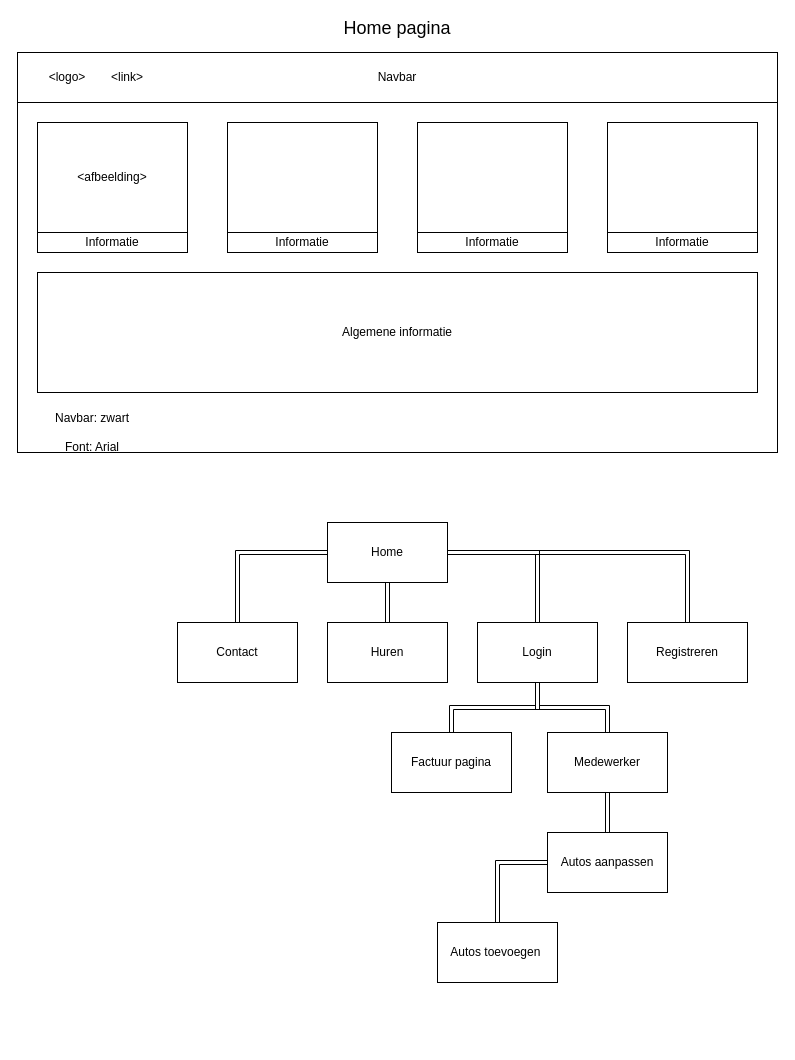
Vishay142/rentacar keeps this draw.io diagram as Homepage.drawio. Above is the earlier version. Source tidied: cells renumbered, new cells numbered last; positions are measured from the earlier drawing's top-left corner, leaving out a move shared by most shapes. Both pictures are drawn from the tidied source at 100%, with x=0, y=0 at pixel (17, 18).
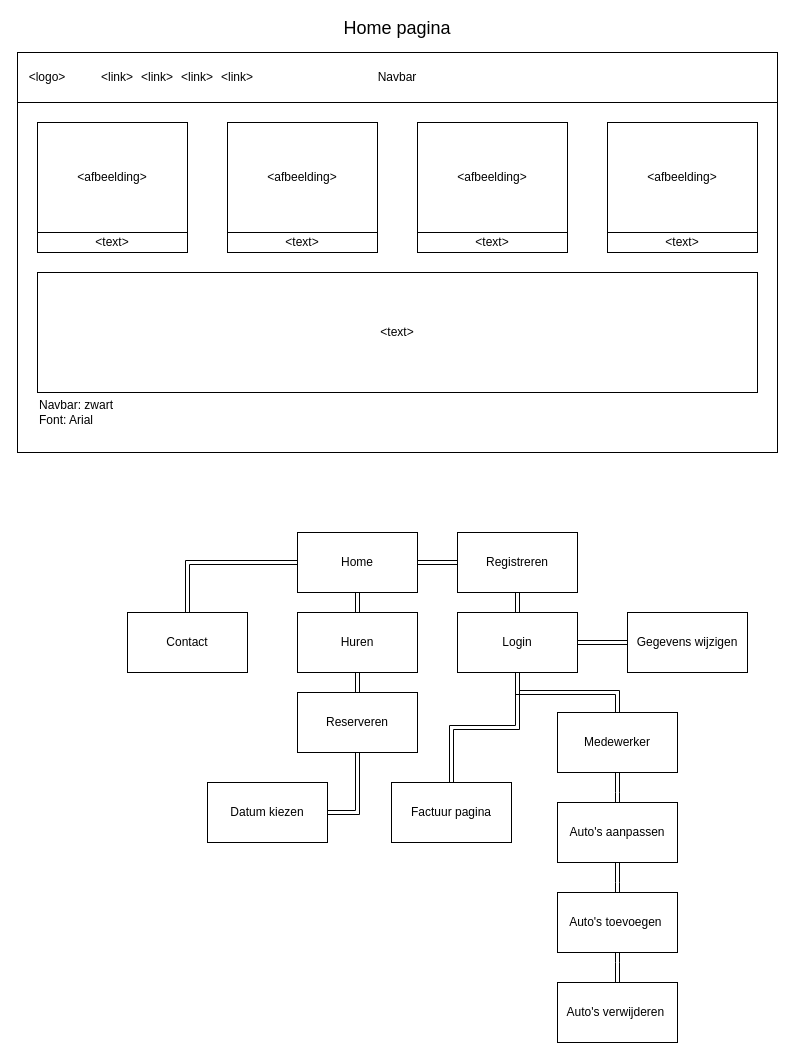
Above is the later version.

What changed in the source:
```diff
@@
-    <mxCell id="4" style="rounded=0;whiteSpace=wrap;html=1;" parent="1" vertex="1">
+    <mxCell id="4" value="&amp;lt;afbeelding&amp;gt;" style="rounded=0;whiteSpace=wrap;html=1;" parent="1" vertex="1">
       <mxGeometry x="210" y="104" width="150" height="110" as="geometry" />
     </mxCell>
-    <mxCell id="5" style="rounded=0;whiteSpace=wrap;html=1;" parent="1" vertex="1">
+    <mxCell id="5" value="&amp;lt;afbeelding&amp;gt;" style="rounded=0;whiteSpace=wrap;html=1;" parent="1" vertex="1">
       <mxGeometry x="400" y="104" width="150" height="110" as="geometry" />
     </mxCell>
-    <mxCell id="6" style="rounded=0;whiteSpace=wrap;html=1;" parent="1" vertex="1">
+    <mxCell id="6" value="&amp;lt;afbeelding&amp;gt;" style="rounded=0;whiteSpace=wrap;html=1;" parent="1" vertex="1">
       <mxGeometry x="590" y="104" width="150" height="110" as="geometry" />
     </mxCell>
-    <mxCell id="7" value="Informatie" style="rounded=0;whiteSpace=wrap;html=1;" parent="1" vertex="1">
+    <mxCell id="7" value="&amp;lt;text&amp;gt;" style="rounded=0;whiteSpace=wrap;html=1;" parent="1" vertex="1">
       <mxGeometry x="20" y="214" width="150" height="20" as="geometry" />
     </mxCell>
-    <mxCell id="8" value="Informatie" style="rounded=0;whiteSpace=wrap;html=1;" parent="1" vertex="1">
+    <mxCell id="8" value="&amp;lt;text&amp;gt;" style="rounded=0;whiteSpace=wrap;html=1;" parent="1" vertex="1">
       <mxGeometry x="210" y="214" width="150" height="20" as="geometry" />
     </mxCell>
-    <mxCell id="9" value="Informatie" style="rounded=0;whiteSpace=wrap;html=1;" parent="1" vertex="1">
+    <mxCell id="9" value="&amp;lt;text&amp;gt;" style="rounded=0;whiteSpace=wrap;html=1;" parent="1" vertex="1">
       <mxGeometry x="400" y="214" width="150" height="20" as="geometry" />
     </mxCell>
-    <mxCell id="10" value="Informatie" style="rounded=0;whiteSpace=wrap;html=1;" parent="1" vertex="1">
+    <mxCell id="10" value="&amp;lt;text&amp;gt;" style="rounded=0;whiteSpace=wrap;html=1;" parent="1" vertex="1">
       <mxGeometry x="590" y="214" width="150" height="20" as="geometry" />
     </mxCell>
-    <mxCell id="11" value="Algemene informatie" style="rounded=0;whiteSpace=wrap;html=1;" parent="1" vertex="1">
+    <mxCell id="11" value="&amp;lt;text&amp;gt;" style="rounded=0;whiteSpace=wrap;html=1;" parent="1" vertex="1">
       <mxGeometry x="20" y="254" width="720" height="120" as="geometry" />
     </mxCell>
@@
     <mxCell id="13" value="&amp;lt;logo&amp;gt;" style="text;html=1;strokeColor=none;fillColor=none;align=center;verticalAlign=middle;whiteSpace=wrap;rounded=0;" parent="1" vertex="1">
-      <mxGeometry x="30" y="49" width="40" height="20" as="geometry" />
+      <mxGeometry x="10" y="49" width="40" height="20" as="geometry" />
     </mxCell>
     <mxCell id="14" value="&amp;lt;link&amp;gt;" style="text;html=1;strokeColor=none;fillColor=none;align=center;verticalAlign=middle;whiteSpace=wrap;rounded=0;" parent="1" vertex="1">
-      <mxGeometry x="90" y="49" width="40" height="20" as="geometry" />
+      <mxGeometry x="80" y="49" width="40" height="20" as="geometry" />
     </mxCell>
@@
+    <mxCell id="34" style="edgeStyle=orthogonalEdgeStyle;shape=link;rounded=0;jettySize=auto;html=1;entryX=0.5;entryY=0;entryDx=0;entryDy=0;" parent="1" edge="1" source="23" target="22">
+      <mxGeometry relative="1" as="geometry" />
+    </mxCell>
     <mxCell id="18" value="Home" style="rounded=0;whiteSpace=wrap;html=1;" parent="1" vertex="1">
-      <mxGeometry x="310" y="504" width="120" height="60" as="geometry" />
+      <mxGeometry x="280" y="514" width="120" height="60" as="geometry" />
     </mxCell>
     <mxCell id="19" value="Contact" style="rounded=0;whiteSpace=wrap;html=1;" parent="1" vertex="1">
-      <mxGeometry x="160" y="604" width="120" height="60" as="geometry" />
+      <mxGeometry x="110" y="594" width="120" height="60" as="geometry" />
     </mxCell>
-    <mxCell id="20" value="Huren" style="rounded=0;whiteSpace=wrap;html=1;" parent="1" vertex="1">
-      <mxGeometry x="310" y="604" width="120" height="60" as="geometry" />
-    </mxCell>
-    <mxCell id="21" style="edgeStyle=orthogonalEdgeStyle;shape=link;rounded=0;jettySize=auto;html=1;entryX=1;entryY=0.5;entryDx=0;entryDy=0;" parent="1" edge="1" source="22" target="18">
-      <mxGeometry relative="1" as="geometry">
-        <Array as="points">
-          <mxPoint x="520" y="534" />
-        </Array>
-      </mxGeometry>
-    </mxCell>
+    <mxCell id="35" style="edgeStyle=orthogonalEdgeStyle;rounded=0;jettySize=auto;html=1;entryX=0.5;entryY=0;entryDx=0;entryDy=0;shape=link;" parent="1" edge="1" source="20" target="42">
+      <mxGeometry relative="1" as="geometry" />
+    </mxCell>
+    <mxCell id="36" style="edgeStyle=orthogonalEdgeStyle;shape=link;rounded=0;jettySize=auto;html=1;" parent="1" edge="1" source="22" target="44">
+      <mxGeometry relative="1" as="geometry" />
+    </mxCell>
     <mxCell id="22" value="Login" style="rounded=0;whiteSpace=wrap;html=1;" parent="1" vertex="1">
-      <mxGeometry x="460" y="604" width="120" height="60" as="geometry" />
+      <mxGeometry x="440" y="594" width="120" height="60" as="geometry" />
     </mxCell>
-    <mxCell id="23" value="Registreren" style="rounded=0;whiteSpace=wrap;html=1;" parent="1" vertex="1">
-      <mxGeometry x="610" y="604" width="120" height="60" as="geometry" />
-    </mxCell>
@@
     <mxCell id="25" value="Factuur pagina" style="rounded=0;whiteSpace=wrap;html=1;" parent="1" vertex="1">
-      <mxGeometry x="374" y="714" width="120" height="60" as="geometry" />
+      <mxGeometry x="374" y="764" width="120" height="60" as="geometry" />
     </mxCell>
@@
     <mxCell id="27" value="Medewerker" style="rounded=0;whiteSpace=wrap;html=1;" parent="1" vertex="1">
-      <mxGeometry x="530" y="714" width="120" height="60" as="geometry" />
+      <mxGeometry x="540" y="694" width="120" height="60" as="geometry" />
     </mxCell>
@@
-    <mxCell id="29" value="Autos aanpassen" style="rounded=0;whiteSpace=wrap;html=1;" parent="1" vertex="1">
-      <mxGeometry x="530" y="814" width="120" height="60" as="geometry" />
+    <mxCell id="29" value="Auto's aanpassen" style="rounded=0;whiteSpace=wrap;html=1;" parent="1" vertex="1">
+      <mxGeometry x="540" y="784" width="120" height="60" as="geometry" />
     </mxCell>
+    <mxCell id="37" style="edgeStyle=orthogonalEdgeStyle;shape=link;rounded=0;jettySize=auto;html=1;" parent="1" edge="1" source="31" target="43">
+      <mxGeometry relative="1" as="geometry" />
+    </mxCell>
-    <mxCell id="30" style="edgeStyle=orthogonalEdgeStyle;shape=link;rounded=0;jettySize=auto;html=1;entryX=0;entryY=0.5;entryDx=0;entryDy=0;" parent="1" edge="1" source="31" target="29">
+    <mxCell id="30" style="edgeStyle=orthogonalEdgeStyle;shape=link;rounded=0;jettySize=auto;html=1;" parent="1" edge="1" source="31" target="29">
       <mxGeometry relative="1" as="geometry" />
     </mxCell>
-    <mxCell id="31" value="Autos toevoegen&amp;nbsp;" style="rounded=0;whiteSpace=wrap;html=1;" parent="1" vertex="1">
-      <mxGeometry x="420" y="904" width="120" height="60" as="geometry" />
+    <mxCell id="31" value="Auto's toevoegen&amp;nbsp;" style="rounded=0;whiteSpace=wrap;html=1;" parent="1" vertex="1">
+      <mxGeometry x="540" y="874" width="120" height="60" as="geometry" />
     </mxCell>
@@
-    <mxCell id="33" value="Navbar: zwart&lt;br&gt;&lt;br&gt;Font: Arial" style="text;html=1;strokeColor=none;fillColor=none;align=center;verticalAlign=middle;whiteSpace=wrap;rounded=0;" parent="1" vertex="1">
-      <mxGeometry x="20" y="404" width="110" height="20" as="geometry" />
+    <mxCell id="33" value="&lt;div&gt;&lt;span&gt;Navbar: zwart&lt;/span&gt;&lt;/div&gt;Font: Arial" style="text;html=1;strokeColor=none;fillColor=none;align=left;verticalAlign=middle;whiteSpace=wrap;rounded=0;" parent="1" vertex="1">
+      <mxGeometry x="20" y="384" width="110" height="20" as="geometry" />
     </mxCell>
+    <mxCell id="38" value="&amp;lt;link&amp;gt;" style="text;html=1;strokeColor=none;fillColor=none;align=center;verticalAlign=middle;whiteSpace=wrap;rounded=0;" parent="1" vertex="1">
+      <mxGeometry x="120" y="49" width="40" height="20" as="geometry" />
+    </mxCell>
+    <mxCell id="39" value="&amp;lt;link&amp;gt;" style="text;html=1;strokeColor=none;fillColor=none;align=center;verticalAlign=middle;whiteSpace=wrap;rounded=0;" parent="1" vertex="1">
+      <mxGeometry x="160" y="49" width="40" height="20" as="geometry" />
+    </mxCell>
+    <mxCell id="40" value="&amp;lt;link&amp;gt;" style="text;html=1;strokeColor=none;fillColor=none;align=center;verticalAlign=middle;whiteSpace=wrap;rounded=0;" parent="1" vertex="1">
+      <mxGeometry x="200" y="49" width="40" height="20" as="geometry" />
+    </mxCell>
+    <mxCell id="41" style="edgeStyle=orthogonalEdgeStyle;shape=link;rounded=0;jettySize=auto;html=1;entryX=1;entryY=0.5;entryDx=0;entryDy=0;" parent="1" edge="1" source="42" target="45">
+      <mxGeometry relative="1" as="geometry" />
+    </mxCell>
+    <mxCell id="42" value="Reserveren" style="rounded=0;whiteSpace=wrap;html=1;" parent="1" vertex="1">
+      <mxGeometry x="280" y="674" width="120" height="60" as="geometry" />
+    </mxCell>
+    <mxCell id="43" value="Auto's verwijderen&amp;nbsp;" style="rounded=0;whiteSpace=wrap;html=1;" parent="1" vertex="1">
+      <mxGeometry x="540" y="964" width="120" height="60" as="geometry" />
+    </mxCell>
+    <mxCell id="20" value="Huren" style="rounded=0;whiteSpace=wrap;html=1;" parent="1" vertex="1">
+      <mxGeometry x="280" y="594" width="120" height="60" as="geometry" />
+    </mxCell>
+    <mxCell id="23" value="Registreren" style="rounded=0;whiteSpace=wrap;html=1;" parent="1" vertex="1">
+      <mxGeometry x="440" y="514" width="120" height="60" as="geometry" />
+    </mxCell>
+    <mxCell id="44" value="Gegevens wijzigen" style="rounded=0;whiteSpace=wrap;html=1;" parent="1" vertex="1">
+      <mxGeometry x="610" y="594" width="120" height="60" as="geometry" />
+    </mxCell>
+    <mxCell id="45" value="Datum kiezen" style="rounded=0;whiteSpace=wrap;html=1;" parent="1" vertex="1">
+      <mxGeometry x="190" y="764" width="120" height="60" as="geometry" />
+    </mxCell>
```
